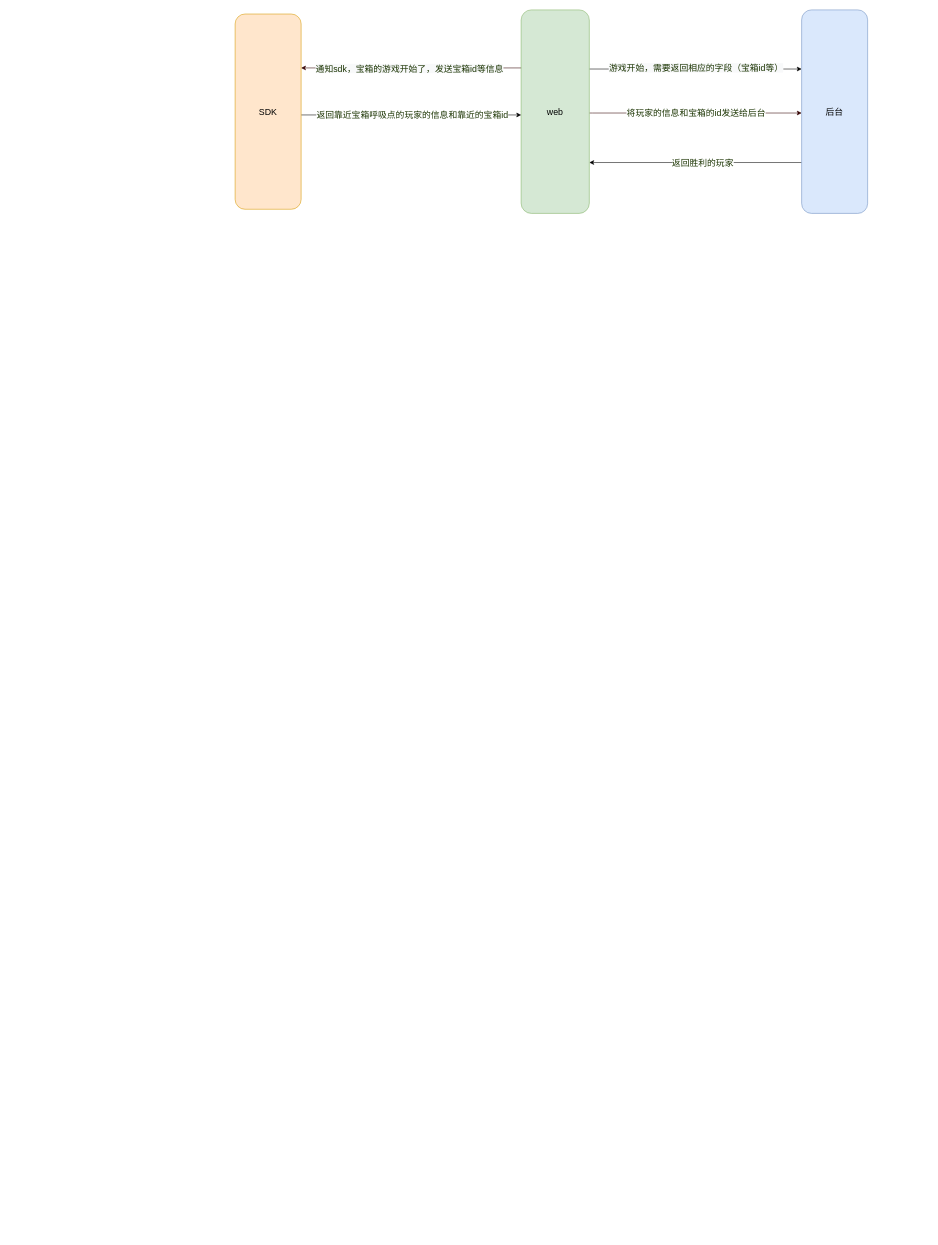
Above: xVerseSixth.drawio in SkylarShuang/learnSM (draw.io), before the change. Source tidied: cells renumbered, new cells numbered last; positions are measured from the earlier drawing's top-left corner, leaving out a move shared by most shapes. Both pictures are drawn from the tidied source at 55%, with x=0, y=0 at pixel (235, 9).
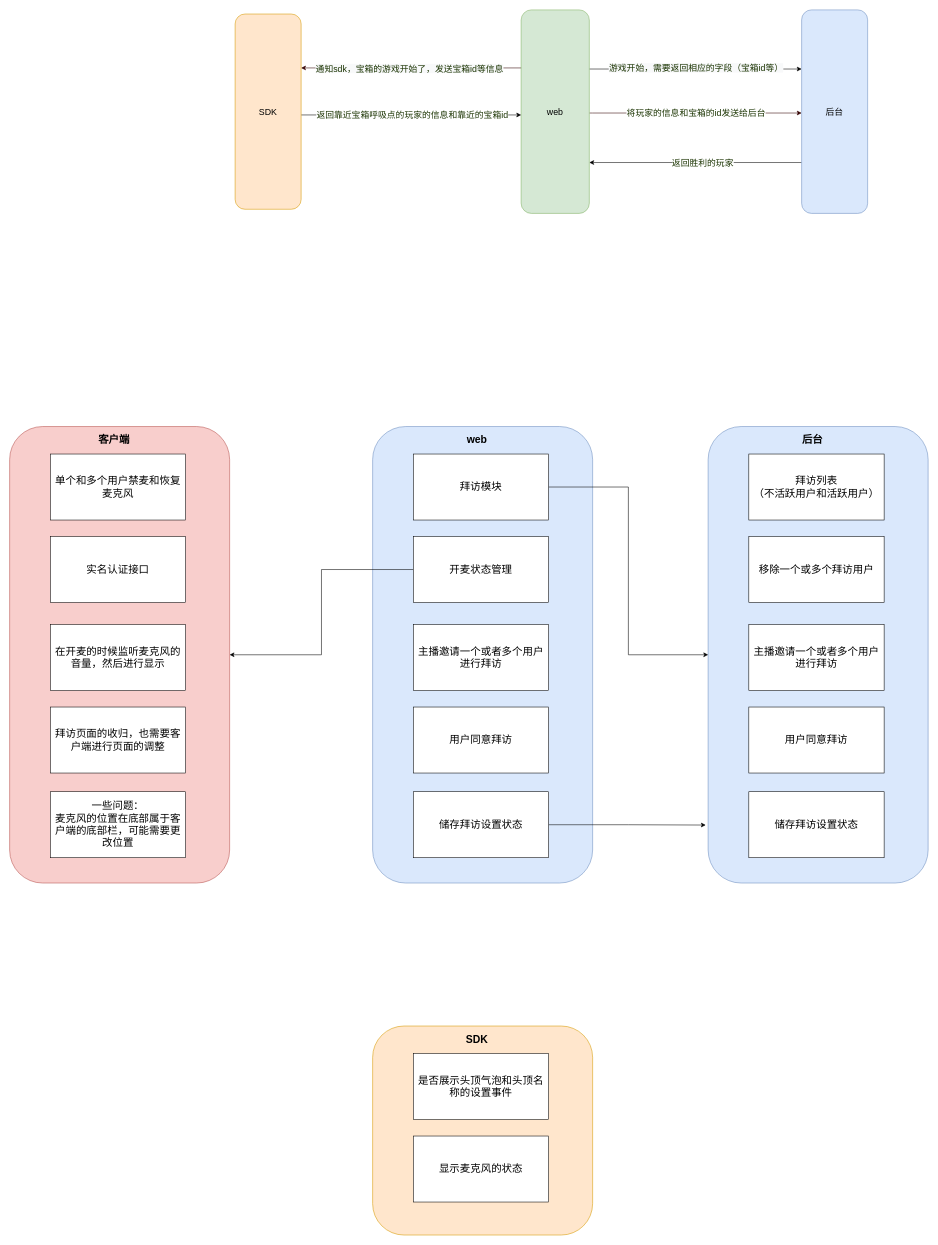
The same page after the edit.

Change to the diagram source:
```diff
@@
+    <mxCell id="15" style="rounded=1;whiteSpace=wrap;html=1;rotation=0;fillColor=#dae8fc;strokeColor=#6c8ebf;fontSize=16;" parent="1" vertex="1">
+      <mxGeometry x="860" y="758" width="400" height="830" as="geometry" />
+    </mxCell>
+    <mxCell id="16" value="&lt;font style=&quot;font-size: 19px&quot;&gt;拜访列表&lt;br&gt;（不活跃用户和活跃用户）&lt;/font&gt;" style="rounded=0;whiteSpace=wrap;html=1;" parent="1" vertex="1">
+      <mxGeometry x="934" y="808" width="246" height="120" as="geometry" />
+    </mxCell>
+    <mxCell id="17" value="&lt;span style=&quot;font-size: 19px&quot;&gt;移除一个或多个拜访用户&lt;/span&gt;" style="rounded=0;whiteSpace=wrap;html=1;" parent="1" vertex="1">
+      <mxGeometry x="934" y="958" width="246" height="120" as="geometry" />
+    </mxCell>
+    <mxCell id="18" value="&lt;span style=&quot;font-size: 19px&quot;&gt;主播邀请一个或者多个用户进行拜访&lt;/span&gt;" style="rounded=0;whiteSpace=wrap;html=1;" parent="1" vertex="1">
+      <mxGeometry x="934" y="1118" width="246" height="120" as="geometry" />
+    </mxCell>
+    <mxCell id="19" value="&lt;span style=&quot;font-size: 19px&quot;&gt;用户同意拜访&lt;/span&gt;" style="rounded=0;whiteSpace=wrap;html=1;" parent="1" vertex="1">
+      <mxGeometry x="934" y="1268" width="246" height="120" as="geometry" />
+    </mxCell>
+    <mxCell id="20" value="&lt;span style=&quot;font-size: 19px&quot;&gt;储存拜访设置状态&lt;/span&gt;" style="rounded=0;whiteSpace=wrap;html=1;" parent="1" vertex="1">
+      <mxGeometry x="934" y="1422" width="246" height="120" as="geometry" />
+    </mxCell>
+    <mxCell id="21" value="&lt;b&gt;后台&lt;/b&gt;" style="text;html=1;strokeColor=none;fillColor=none;align=center;verticalAlign=middle;whiteSpace=wrap;rounded=0;fontSize=19;" parent="1" vertex="1">
+      <mxGeometry x="1020" y="768" width="60" height="30" as="geometry" />
+    </mxCell>
+    <mxCell id="22" style="rounded=1;whiteSpace=wrap;html=1;rotation=0;fillColor=#f8cecc;strokeColor=#b85450;fontSize=16;" parent="1" vertex="1">
+      <mxGeometry x="-410" y="758" width="400" height="830" as="geometry" />
+    </mxCell>
+    <mxCell id="23" value="&lt;span style=&quot;font-size: 19px&quot;&gt;单个和多个用户禁麦和恢复麦克风&lt;/span&gt;" style="rounded=0;whiteSpace=wrap;html=1;" parent="1" vertex="1">
+      <mxGeometry x="-336" y="808" width="246" height="120" as="geometry" />
+    </mxCell>
+    <mxCell id="24" value="&lt;span style=&quot;font-size: 19px&quot;&gt;实名认证接口&lt;/span&gt;" style="rounded=0;whiteSpace=wrap;html=1;" parent="1" vertex="1">
+      <mxGeometry x="-336" y="958" width="246" height="120" as="geometry" />
+    </mxCell>
+    <mxCell id="25" value="&lt;span style=&quot;font-size: 19px&quot;&gt;在开麦的时候监听麦克风的音量，然后进行显示&lt;/span&gt;" style="rounded=0;whiteSpace=wrap;html=1;" parent="1" vertex="1">
+      <mxGeometry x="-336" y="1118" width="246" height="120" as="geometry" />
+    </mxCell>
+    <mxCell id="26" value="&lt;span style=&quot;font-size: 19px&quot;&gt;拜访页面的收归，也需要客户端进行页面的调整&lt;/span&gt;" style="rounded=0;whiteSpace=wrap;html=1;" parent="1" vertex="1">
+      <mxGeometry x="-336" y="1268" width="246" height="120" as="geometry" />
+    </mxCell>
+    <mxCell id="27" value="&lt;span style=&quot;font-size: 19px&quot;&gt;一些问题：&lt;br&gt;麦克风的位置在底部属于客户端的底部栏，可能需要更改位置&lt;br&gt;&lt;/span&gt;" style="rounded=0;whiteSpace=wrap;html=1;" parent="1" vertex="1">
+      <mxGeometry x="-336" y="1422" width="246" height="120" as="geometry" />
+    </mxCell>
+    <mxCell id="28" value="&lt;b&gt;客户端&lt;/b&gt;" style="text;html=1;strokeColor=none;fillColor=none;align=center;verticalAlign=middle;whiteSpace=wrap;rounded=0;fontSize=19;" parent="1" vertex="1">
+      <mxGeometry x="-250" y="768" width="60" height="30" as="geometry" />
+    </mxCell>
+    <mxCell id="29" style="rounded=1;whiteSpace=wrap;html=1;rotation=0;fillColor=#ffe6cc;strokeColor=#d79b00;fontSize=16;" parent="1" vertex="1">
+      <mxGeometry x="250" y="1848" width="400" height="380" as="geometry" />
+    </mxCell>
+    <mxCell id="30" value="&lt;span style=&quot;font-size: 19px&quot;&gt;是否展示头顶气泡和头顶名称的设置事件&lt;/span&gt;" style="rounded=0;whiteSpace=wrap;html=1;" parent="1" vertex="1">
+      <mxGeometry x="324" y="1898" width="246" height="120" as="geometry" />
+    </mxCell>
+    <mxCell id="31" value="&lt;span style=&quot;font-size: 19px&quot;&gt;显示麦克风的状态&lt;/span&gt;" style="rounded=0;whiteSpace=wrap;html=1;" parent="1" vertex="1">
+      <mxGeometry x="324" y="2048" width="246" height="120" as="geometry" />
+    </mxCell>
+    <mxCell id="32" value="&lt;b&gt;SDK&lt;/b&gt;" style="text;html=1;strokeColor=none;fillColor=none;align=center;verticalAlign=middle;whiteSpace=wrap;rounded=0;fontSize=19;" parent="1" vertex="1">
+      <mxGeometry x="410" y="1858" width="60" height="30" as="geometry" />
+    </mxCell>
+    <mxCell id="33" style="rounded=1;whiteSpace=wrap;html=1;rotation=0;fillColor=#dae8fc;strokeColor=#6c8ebf;fontSize=16;" parent="1" vertex="1">
+      <mxGeometry x="250" y="758" width="400" height="830" as="geometry" />
+    </mxCell>
+    <mxCell id="34" style="edgeStyle=orthogonalEdgeStyle;rounded=0;jettySize=auto;html=1;fontSize=19;fontColor=#7EA6E0;" parent="1" edge="1" source="35" target="15">
+      <mxGeometry relative="1" as="geometry" />
+    </mxCell>
+    <mxCell id="35" value="&lt;span style=&quot;font-size: 19px&quot;&gt;拜访模块&lt;/span&gt;" style="rounded=0;whiteSpace=wrap;html=1;" parent="1" vertex="1">
+      <mxGeometry x="324" y="808" width="246" height="120" as="geometry" />
+    </mxCell>
+    <mxCell id="36" style="edgeStyle=orthogonalEdgeStyle;rounded=0;jettySize=auto;html=1;fontSize=19;fontColor=#7EA6E0;" parent="1" edge="1" source="37" target="22">
+      <mxGeometry relative="1" as="geometry" />
+    </mxCell>
+    <mxCell id="37" value="&lt;span style=&quot;font-size: 19px&quot;&gt;开麦状态管理&lt;/span&gt;" style="rounded=0;whiteSpace=wrap;html=1;" parent="1" vertex="1">
+      <mxGeometry x="324" y="958" width="246" height="120" as="geometry" />
+    </mxCell>
+    <mxCell id="38" value="&lt;span style=&quot;font-size: 19px&quot;&gt;主播邀请一个或者多个用户进行拜访&lt;/span&gt;" style="rounded=0;whiteSpace=wrap;html=1;" parent="1" vertex="1">
+      <mxGeometry x="324" y="1118" width="246" height="120" as="geometry" />
+    </mxCell>
+    <mxCell id="39" value="&lt;span style=&quot;font-size: 19px&quot;&gt;用户同意拜访&lt;/span&gt;" style="rounded=0;whiteSpace=wrap;html=1;" parent="1" vertex="1">
+      <mxGeometry x="324" y="1268" width="246" height="120" as="geometry" />
+    </mxCell>
+    <mxCell id="40" style="edgeStyle=orthogonalEdgeStyle;rounded=0;jettySize=auto;html=1;exitX=1;exitY=0.5;exitDx=0;exitDy=0;entryX=-0.011;entryY=0.873;entryDx=0;entryDy=0;entryPerimeter=0;fontSize=19;fontColor=#7EA6E0;" parent="1" edge="1" source="41" target="15">
+      <mxGeometry relative="1" as="geometry" />
+    </mxCell>
+    <mxCell id="41" value="&lt;span style=&quot;font-size: 19px&quot;&gt;储存拜访设置状态&lt;/span&gt;" style="rounded=0;whiteSpace=wrap;html=1;" parent="1" vertex="1">
+      <mxGeometry x="324" y="1422" width="246" height="120" as="geometry" />
+    </mxCell>
+    <mxCell id="42" value="&lt;b&gt;web&lt;/b&gt;" style="text;html=1;strokeColor=none;fillColor=none;align=center;verticalAlign=middle;whiteSpace=wrap;rounded=0;fontSize=19;" parent="1" vertex="1">
+      <mxGeometry x="410" y="768" width="60" height="30" as="geometry" />
+    </mxCell>
```
